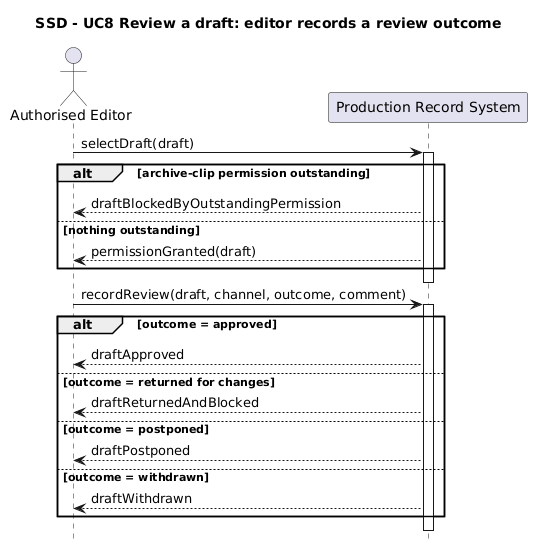
The PlantUML diagram Diagrams/System_Sequence_Diagrams/SSD_UC8_ReviewDraft.png in JanArnoCoetzer/Local-Podcast-Production-Service-myrepo, before a commit.
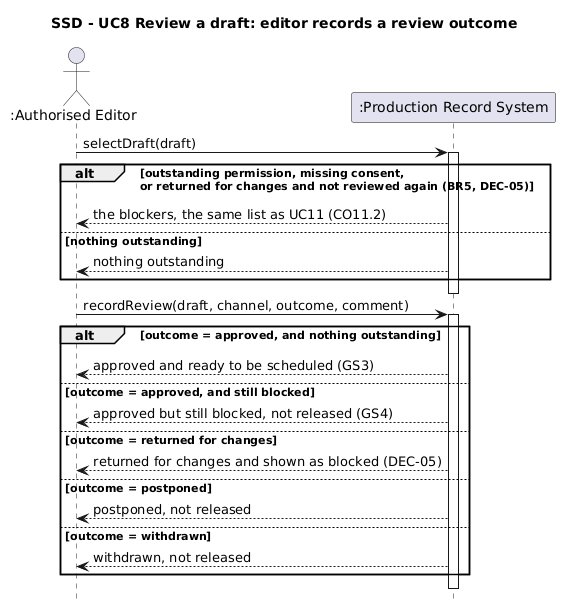
Later version of the same file.

Diff of the diagram source:
```diff
@@ -3,28 +3,30 @@
 
 hide footbox
 
-actor "Authorised Editor" as AE
-participant "Production Record System" as S
+actor ":Authorised Editor" as AE
+participant ":Production Record System" as S
 
 AE -> S : selectDraft(draft)
 activate S
-alt archive-clip permission outstanding
-  S --> AE : draftBlockedByOutstandingPermission
+alt outstanding permission, missing consent,\nor returned for changes and not reviewed again (BR5, DEC-05)
+  S --> AE : the blockers, the same list as UC11 (CO11.2)
 else nothing outstanding
-  S --> AE : permissionGranted(draft)
+  S --> AE : nothing outstanding
 end
 deactivate S
 
 AE -> S : recordReview(draft, channel, outcome, comment)
 activate S
-alt outcome = approved
-  S --> AE : draftApproved
+alt outcome = approved, and nothing outstanding
+  S --> AE : approved and ready to be scheduled (GS3)
+else outcome = approved, and still blocked
+  S --> AE : approved but still blocked, not released (GS4)
 else outcome = returned for changes
-  S --> AE : draftReturnedAndBlocked
+  S --> AE : returned for changes and shown as blocked (DEC-05)
 else outcome = postponed
-  S --> AE : draftPostponed
+  S --> AE : postponed, not released
 else outcome = withdrawn
-  S --> AE : draftWithdrawn
+  S --> AE : withdrawn, not released
 end
 deactivate S
 @enduml
```
